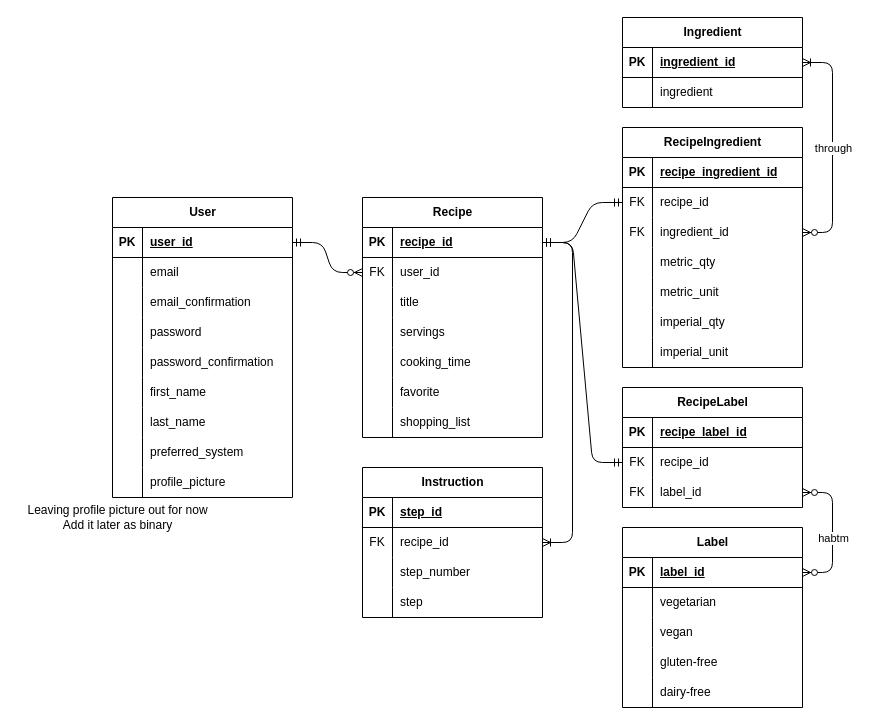
This is schema.drawio from AlineTaylor/recipe-manager-api, a draw.io file, before an edit. Source tidied: cells renumbered, new cells numbered last; positions are measured from the earlier drawing's top-left corner, leaving out a move shared by most shapes. Both pictures are drawn from the tidied source at 100%, with x=0, y=0 at pixel (17, 17).
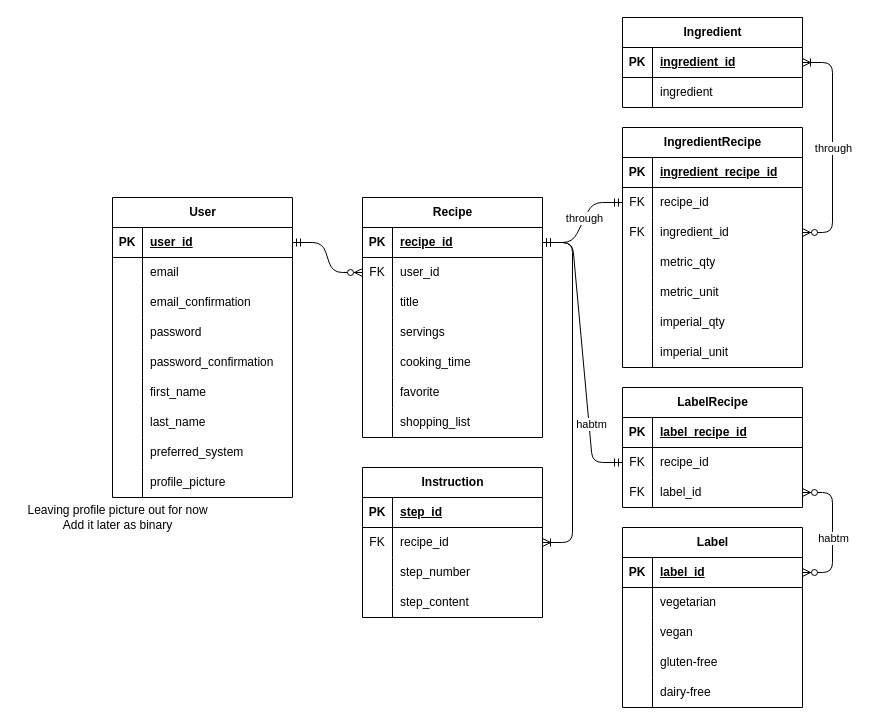
The same diagram, later.

Unchanged cells that the change refers to:
```xml
<mxCell id="54" style="shape=tableRow;horizontal=0;startSize=0;swimlaneHead=0;swimlaneBody=0;fillColor=none;top=0;left=0;right=0;bottom=1;" parent="53" vertex="1">
  <mxGeometry y="30" width="180" height="30" as="geometry" />
</mxCell>
<mxCell id="75" style="edgeStyle=entityRelationEdgeStyle;fontSize=12;html=1;endArrow=ERmandOne;startArrow=ERmandOne;exitX=1;exitY=0.5;exitDx=0;exitDy=0;entryX=0;entryY=0.5;entryDx=0;entryDy=0;" parent="1" edge="1" source="31" target="57">
  <mxGeometry relative="1" as="geometry" />
</mxCell>
<mxCell id="86" style="shape=tableRow;horizontal=0;startSize=0;swimlaneHead=0;swimlaneBody=0;fillColor=none;top=0;left=0;right=0;bottom=0;" parent="76" vertex="1">
  <mxGeometry y="120" width="180" height="30" as="geometry" />
</mxCell>
<mxCell id="116" style="shape=tableRow;horizontal=0;startSize=0;swimlaneHead=0;swimlaneBody=0;fillColor=none;top=0;left=0;right=0;bottom=1;" parent="115" vertex="1">
  <mxGeometry y="30" width="180" height="30" as="geometry" />
</mxCell>
<mxCell id="125" style="edgeStyle=entityRelationEdgeStyle;fontSize=12;html=1;endArrow=ERmandOne;startArrow=ERmandOne;entryX=0;entryY=0.5;entryDx=0;entryDy=0;" parent="1" edge="1" source="31" target="119">
  <mxGeometry relative="1" as="geometry" />
</mxCell>
```

Change to the diagram source:
```diff
@@
-    <mxCell id="53" value="RecipeIngredient" style="shape=table;startSize=30;childLayout=tableLayout;rowLines=0;fontStyle=1;align=center;html=1;" parent="1" vertex="1">
+    <mxCell id="53" value="IngredientRecipe" style="shape=table;startSize=30;childLayout=tableLayout;rowLines=0;fontStyle=1;align=center;html=1;" parent="1" vertex="1">
       <mxGeometry x="605" y="110" width="180" height="240" as="geometry" />
     </mxCell>
@@
-    <mxCell id="56" value="recipe_ingredient_id" style="shape=partialRectangle;fillColor=none;top=0;left=0;bottom=0;right=0;align=left;spacingLeft=6;fontStyle=5;overflow=hidden;whiteSpace=wrap;html=1;" parent="54" vertex="1">
+    <mxCell id="56" value="ingredient_recipe_id" style="shape=partialRectangle;fillColor=none;top=0;left=0;bottom=0;right=0;align=left;spacingLeft=6;fontStyle=5;overflow=hidden;whiteSpace=wrap;html=1;" parent="54" vertex="1">
       <mxGeometry x="30" width="150" height="30" as="geometry" />
     </mxCell>
@@
+    <mxCell id="129" value="through" style="edgeLabel;html=1;align=center;verticalAlign=middle;" parent="75" vertex="1">
+      <mxGeometry x="0.06" relative="1" as="geometry">
+        <mxPoint y="-1" as="offset" />
+      </mxGeometry>
+    </mxCell>
@@
-    <mxCell id="88" value="step" style="shape=partialRectangle;fillColor=none;top=0;left=0;bottom=0;right=0;align=left;spacingLeft=6;overflow=hidden;whiteSpace=wrap;html=1;" parent="86" vertex="1">
+    <mxCell id="88" value="step_content" style="shape=partialRectangle;fillColor=none;top=0;left=0;bottom=0;right=0;align=left;spacingLeft=6;overflow=hidden;whiteSpace=wrap;html=1;" parent="86" vertex="1">
       <mxGeometry x="30" width="150" height="30" as="geometry" />
     </mxCell>
@@
-    <mxCell id="115" value="RecipeLabel" style="shape=table;startSize=30;childLayout=tableLayout;rowLines=0;fontStyle=1;align=center;html=1;" parent="1" vertex="1">
+    <mxCell id="115" value="LabelRecipe" style="shape=table;startSize=30;childLayout=tableLayout;rowLines=0;fontStyle=1;align=center;html=1;" parent="1" vertex="1">
       <mxGeometry x="605" y="370" width="180" height="120" as="geometry" />
     </mxCell>
@@
-    <mxCell id="118" value="recipe_label_id" style="shape=partialRectangle;fillColor=none;top=0;left=0;bottom=0;right=0;align=left;spacingLeft=6;fontStyle=5;overflow=hidden;whiteSpace=wrap;html=1;" parent="116" vertex="1">
+    <mxCell id="118" value="label_recipe_id" style="shape=partialRectangle;fillColor=none;top=0;left=0;bottom=0;right=0;align=left;spacingLeft=6;fontStyle=5;overflow=hidden;whiteSpace=wrap;html=1;" parent="116" vertex="1">
       <mxGeometry x="30" width="150" height="30" as="geometry" />
     </mxCell>
@@
+    <mxCell id="130" value="habtm" style="edgeLabel;html=1;align=center;verticalAlign=middle;" parent="125" vertex="1">
+      <mxGeometry x="0.51" y="2" relative="1" as="geometry" />
+    </mxCell>
```
